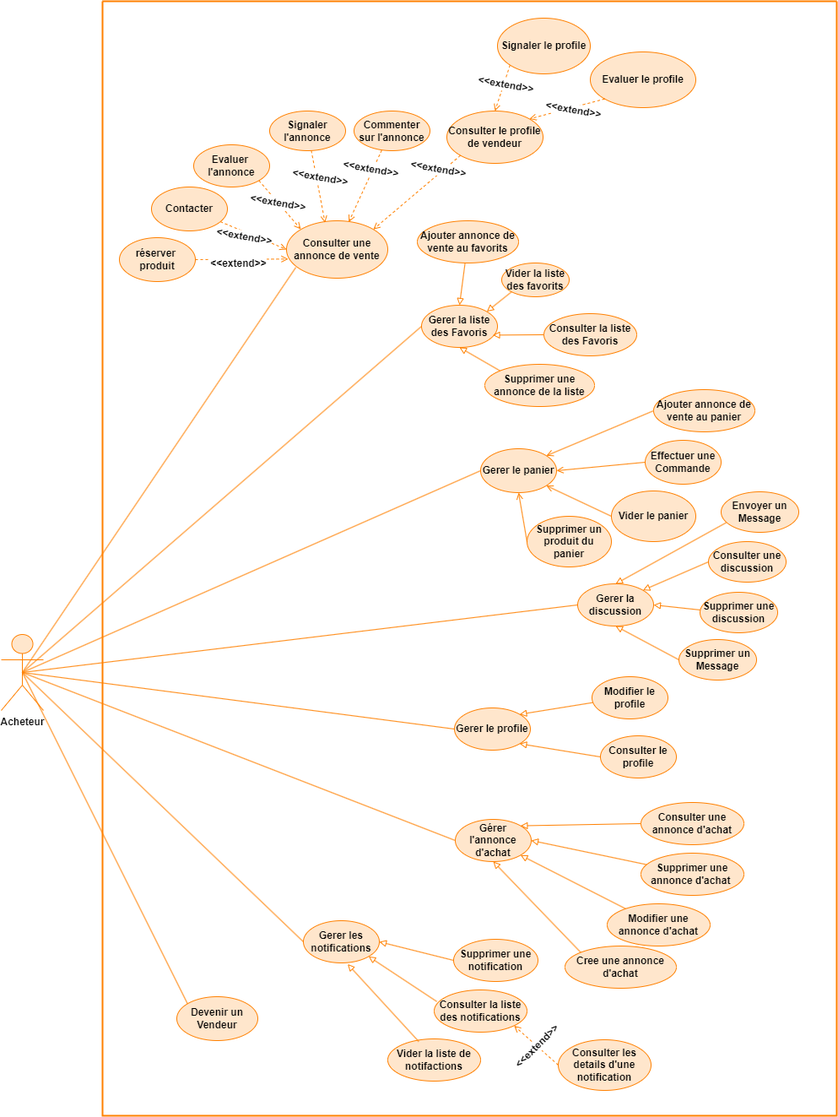
Before: images/diagramme de cas ach.png, a diagram exported from draw.io (alizhassane/pfe). Source tidied: cells renumbered, new cells last; positions are measured from the earlier drawing's top-left corner, leaving out a move shared by most shapes.
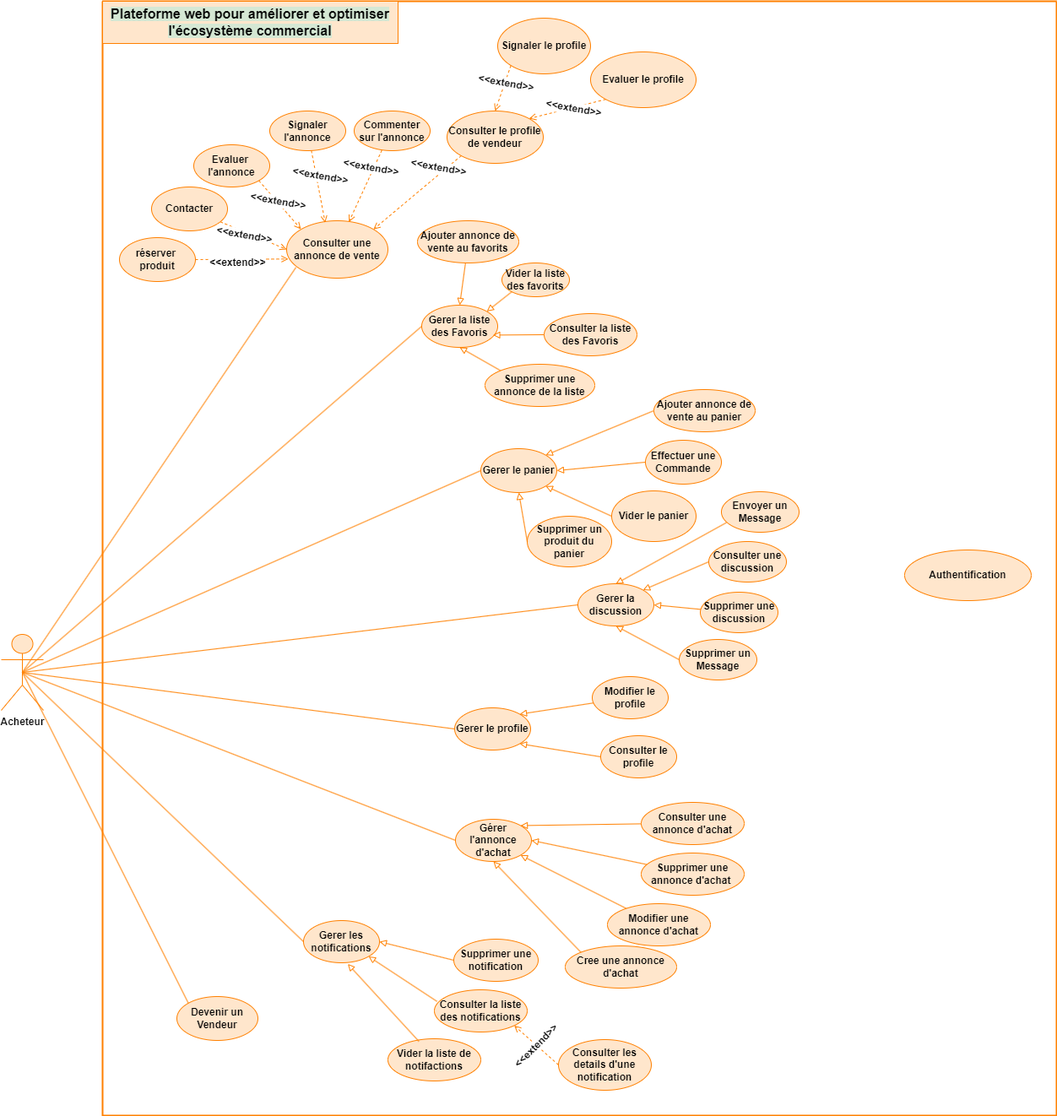
After the change.

Diff of the diagram source:
```diff
@@ -104,7 +104,7 @@
     <mxCell id="34" value="Effectuer une Commande" style="ellipse;whiteSpace=wrap;html=1;fontStyle=1;strokeColor=#FF8000;align=center;verticalAlign=middle;fontFamily=Helvetica;fontSize=12;fontColor=default;fillColor=#FFE6CC;" parent="1" vertex="1">
       <mxGeometry x="763" y="520" width="90" height="52" as="geometry" />
     </mxCell>
-    <mxCell id="35" style="rounded=0;jettySize=auto;html=1;entryX=1;entryY=0.5;entryDx=0;entryDy=0;endArrow=open;endFill=0;exitX=0;exitY=0.5;exitDx=0;exitDy=0;strokeColor=#FF8000;align=center;verticalAlign=middle;fontFamily=Helvetica;fontSize=12;fontColor=default;fontStyle=1;fillColor=#FFE6CC;" parent="1" edge="1" source="34" target="20">
+    <mxCell id="35" style="rounded=0;jettySize=auto;html=1;entryX=1;entryY=0.5;entryDx=0;entryDy=0;endArrow=block;endFill=0;exitX=0;exitY=0.5;exitDx=0;exitDy=0;strokeColor=#FF8000;align=center;verticalAlign=middle;fontFamily=Helvetica;fontSize=12;fontColor=default;fontStyle=1;fillColor=#FFE6CC;" parent="1" edge="1" source="34" target="20">
       <mxGeometry relative="1" as="geometry" />
     </mxCell>
     <mxCell id="36" value="Supprimer un produit du panier" style="ellipse;whiteSpace=wrap;html=1;fontStyle=1;strokeColor=#FF8000;align=center;verticalAlign=middle;fontFamily=Helvetica;fontSize=12;fontColor=default;fillColor=#FFE6CC;" parent="1" vertex="1">
@@ -200,10 +200,10 @@
     <mxCell id="66" style="rounded=0;jettySize=auto;html=1;endArrow=block;endFill=0;exitX=0;exitY=0;exitDx=0;exitDy=0;entryX=0.5;entryY=1;entryDx=0;entryDy=0;strokeColor=#FF8000;align=center;verticalAlign=middle;fontFamily=Helvetica;fontSize=12;fontColor=default;fontStyle=1;fillColor=#FFE6CC;" parent="1" edge="1" source="62" target="59">
       <mxGeometry relative="1" as="geometry" />
     </mxCell>
-    <mxCell id="67" style="rounded=0;jettySize=auto;html=1;entryX=1;entryY=1;entryDx=0;entryDy=0;endArrow=open;endFill=0;exitX=0;exitY=0.5;exitDx=0;exitDy=0;strokeColor=#FF8000;align=center;verticalAlign=middle;fontFamily=Helvetica;fontSize=12;fontColor=default;fontStyle=1;fillColor=#FFE6CC;" parent="1" edge="1" source="37" target="20">
+    <mxCell id="67" style="rounded=0;jettySize=auto;html=1;entryX=1;entryY=1;entryDx=0;entryDy=0;endArrow=block;endFill=0;exitX=0;exitY=0.5;exitDx=0;exitDy=0;strokeColor=#FF8000;align=center;verticalAlign=middle;fontFamily=Helvetica;fontSize=12;fontColor=default;fontStyle=1;fillColor=#FFE6CC;" parent="1" edge="1" source="37" target="20">
       <mxGeometry relative="1" as="geometry" />
     </mxCell>
-    <mxCell id="68" style="rounded=0;jettySize=auto;html=1;entryX=0.5;entryY=1;entryDx=0;entryDy=0;endArrow=open;endFill=0;exitX=0;exitY=0.5;exitDx=0;exitDy=0;strokeColor=#FF8000;align=center;verticalAlign=middle;fontFamily=Helvetica;fontSize=12;fontColor=default;fontStyle=1;fillColor=#FFE6CC;" parent="1" edge="1" source="36" target="20">
+    <mxCell id="68" style="rounded=0;jettySize=auto;html=1;entryX=0.5;entryY=1;entryDx=0;entryDy=0;endArrow=block;endFill=0;exitX=0;exitY=0.5;exitDx=0;exitDy=0;strokeColor=#FF8000;align=center;verticalAlign=middle;fontFamily=Helvetica;fontSize=12;fontColor=default;fontStyle=1;fillColor=#FFE6CC;" parent="1" edge="1" source="36" target="20">
       <mxGeometry relative="1" as="geometry" />
     </mxCell>
     <mxCell id="69" value="Ajouter annonce de vente au panier" style="ellipse;whiteSpace=wrap;html=1;fontStyle=1;strokeColor=#FF8000;align=center;verticalAlign=middle;fontFamily=Helvetica;fontSize=12;fontColor=default;fillColor=#FFE6CC;" parent="1" vertex="1">
@@ -252,7 +252,7 @@
         <mxPoint x="-11" y="29" as="offset" />
       </mxGeometry>
     </mxCell>
-    <mxCell id="79" style="rounded=0;jettySize=auto;html=1;entryX=1;entryY=0;entryDx=0;entryDy=0;endArrow=open;endFill=0;exitX=0;exitY=0.5;exitDx=0;exitDy=0;strokeColor=#FF8000;align=center;verticalAlign=middle;fontFamily=Helvetica;fontSize=12;fontColor=default;fontStyle=1;fillColor=#FFE6CC;" parent="1" edge="1" source="69" target="20">
+    <mxCell id="79" style="rounded=0;jettySize=auto;html=1;entryX=1;entryY=0;entryDx=0;entryDy=0;endArrow=block;endFill=0;exitX=0;exitY=0.5;exitDx=0;exitDy=0;strokeColor=#FF8000;align=center;verticalAlign=middle;fontFamily=Helvetica;fontSize=12;fontColor=default;fontStyle=1;fillColor=#FFE6CC;" parent="1" edge="1" source="69" target="20">
       <mxGeometry relative="1" as="geometry" />
     </mxCell>
     <mxCell id="80" style="rounded=0;jettySize=auto;html=1;endArrow=block;endFill=0;entryX=0.5;entryY=0;entryDx=0;entryDy=0;strokeColor=#FF8000;align=center;verticalAlign=middle;fontFamily=Helvetica;fontSize=12;fontColor=default;fontStyle=1;fillColor=#FFE6CC;" parent="1" edge="1" source="70" target="59">
@@ -287,7 +287,13 @@
       </mxGeometry>
     </mxCell>
     <mxCell id="89" style="swimlane;startSize=0;strokeWidth=2;strokeColor=#FF8000;align=center;verticalAlign=middle;fontFamily=Helvetica;fontSize=12;fontColor=default;fillColor=#FFE6CC;" parent="1" vertex="1">
-      <mxGeometry x="120" width="870" height="1320" as="geometry" />
+      <mxGeometry x="120" width="1130" height="1320" as="geometry" />
     </mxCell>
+    <mxCell id="90" value="&lt;font style=&quot;font-size: 12px;&quot;&gt;Authentification&lt;/font&gt;" style="ellipse;whiteSpace=wrap;html=1;fontSize=12;fontStyle=1;strokeColor=#FF8000;align=center;verticalAlign=middle;fontFamily=Helvetica;fontColor=default;fillColor=#FFE6CC;" parent="89" vertex="1">
+      <mxGeometry x="950" y="650" width="150" height="60" as="geometry" />
+    </mxCell>
+    <mxCell id="91" value="&lt;div style=&quot;text-wrap: nowrap; font-size: 16px;&quot;&gt;&lt;font style=&quot;background-color: rgb(213, 232, 212); font-size: 16px;&quot;&gt;Plateforme web pour améliorer et optimiser&lt;/font&gt;&lt;/div&gt;&lt;div style=&quot;text-wrap: nowrap; font-size: 16px;&quot;&gt;&lt;font style=&quot;background-color: rgb(213, 232, 212); font-size: 16px;&quot;&gt;l'écosystème commercial&lt;/font&gt;&lt;/div&gt;" style="html=1;whiteSpace=wrap;fontSize=12;fontStyle=1;strokeColor=#FF8000;align=center;verticalAlign=middle;fontFamily=Helvetica;fontColor=default;fillColor=#FFE6CC;" parent="89" vertex="1">
+      <mxGeometry width="350" height="50" as="geometry" />
+    </mxCell>
   </root>
 </mxGraphModel>
```
